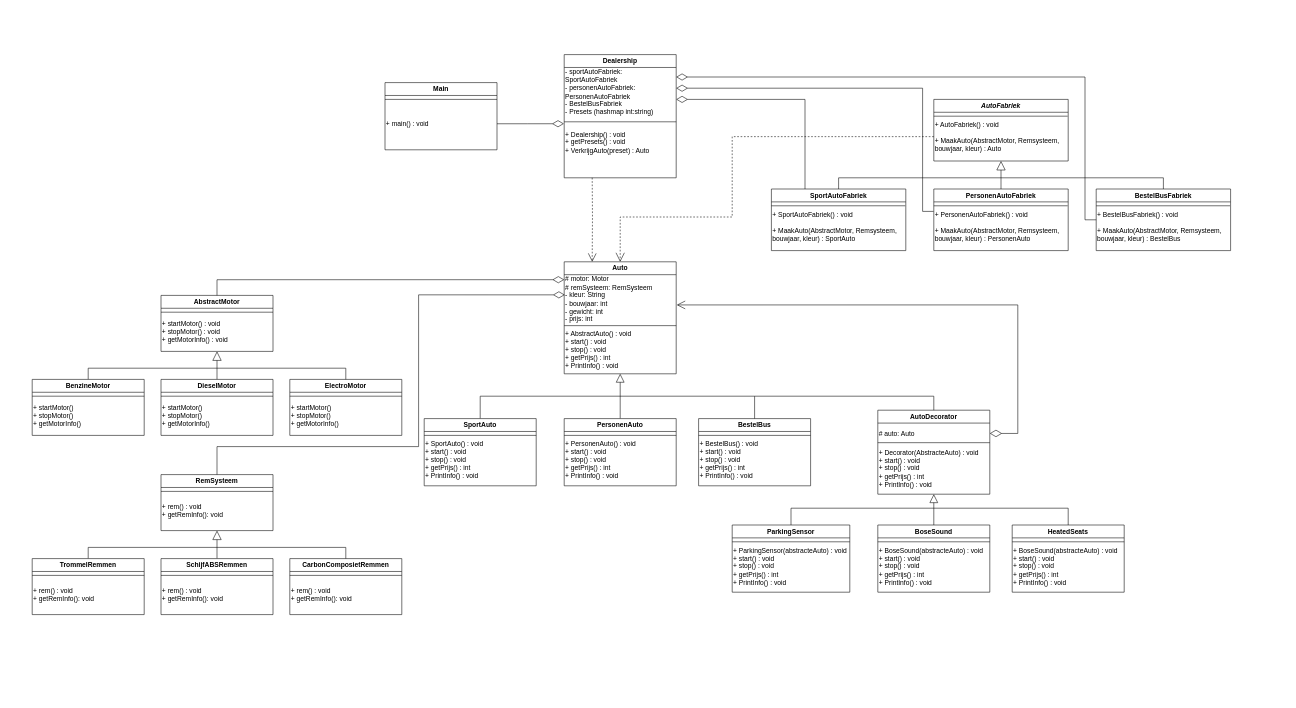
Elipam/Design-patterns keeps this draw.io diagram as final_uml.drawio. Above is the earlier version. Source tidied: cells renumbered, new cells numbered last; positions are measured from the earlier drawing's top-left corner, leaving out a move shared by most shapes. Both pictures are drawn from the tidied source at 56%, with x=0, y=0 at pixel (32, 54).
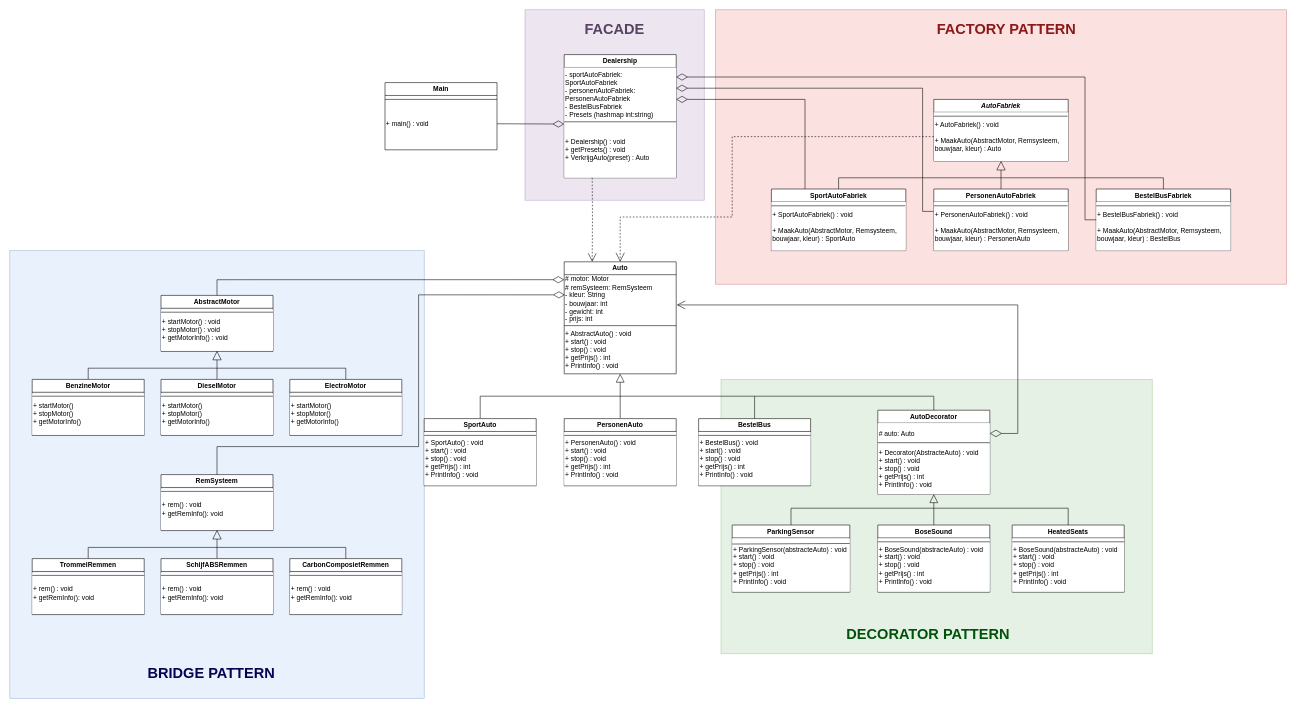
The same page after the edit.

Unchanged cells that the change refers to:
```xml
<mxCell id="10" value="SportAuto" style="swimlane;whiteSpace=wrap;html=1;" parent="1" vertex="1">
  <mxGeometry x="700" y="650" width="200" height="120" as="geometry" />
</mxCell>
<mxCell id="14" value="PersonenAuto" style="swimlane;whiteSpace=wrap;html=1;" parent="1" vertex="1">
  <mxGeometry x="950" y="650" width="200" height="120" as="geometry" />
</mxCell>
<mxCell id="17" value="AutoDecorator" style="swimlane;whiteSpace=wrap;html=1;" parent="1" vertex="1">
  <mxGeometry x="1510" y="635" width="200" height="150" as="geometry" />
</mxCell>
<mxCell id="23" value="BoseSound" style="swimlane;whiteSpace=wrap;html=1;" parent="1" vertex="1">
  <mxGeometry x="1510" y="840" width="200" height="120" as="geometry" />
</mxCell>
<mxCell id="30" value="ParkingSensor" style="swimlane;whiteSpace=wrap;html=1;" parent="1" vertex="1">
  <mxGeometry x="1250" y="840" width="210" height="120" as="geometry" />
</mxCell>
<mxCell id="34" value="AbstractMotor" style="swimlane;whiteSpace=wrap;html=1;" parent="1" vertex="1">
  <mxGeometry x="230" y="430" width="200" height="100" as="geometry" />
</mxCell>
<mxCell id="38" value="ElectroMotor" style="swimlane;whiteSpace=wrap;html=1;" parent="1" vertex="1">
  <mxGeometry x="460" y="580" width="200" height="100" as="geometry" />
</mxCell>
<mxCell id="42" value="DieselMotor" style="swimlane;whiteSpace=wrap;html=1;" parent="1" vertex="1">
  <mxGeometry x="230" y="580" width="200" height="100" as="geometry" />
</mxCell>
<mxCell id="46" value="BenzineMotor" style="swimlane;whiteSpace=wrap;html=1;" parent="1" vertex="1">
  <mxGeometry y="580" width="200" height="100" as="geometry" />
</mxCell>
<mxCell id="49" value="RemSysteem" style="swimlane;whiteSpace=wrap;html=1;" parent="1" vertex="1">
  <mxGeometry x="230" y="750" width="200" height="100" as="geometry" />
</mxCell>
<mxCell id="52" value="CarbonComposietRemmen" style="swimlane;whiteSpace=wrap;html=1;" parent="1" vertex="1">
  <mxGeometry x="460" y="900" width="200" height="100" as="geometry" />
</mxCell>
<mxCell id="56" value="SchijfABSRemmen" style="swimlane;whiteSpace=wrap;html=1;" parent="1" vertex="1">
  <mxGeometry x="230" y="900" width="200" height="100" as="geometry" />
</mxCell>
<mxCell id="60" value="TrommelRemmen" style="swimlane;whiteSpace=wrap;html=1;" parent="1" vertex="1">
  <mxGeometry y="900" width="200" height="100" as="geometry" />
</mxCell>
<mxCell id="64" value="&lt;i&gt;AutoFabriek&lt;/i&gt;" style="swimlane;whiteSpace=wrap;html=1;" parent="1" vertex="1">
  <mxGeometry x="1610" y="80" width="240" height="110" as="geometry" />
</mxCell>
<mxCell id="68" value="SportAutoFabriek" style="swimlane;whiteSpace=wrap;html=1;" parent="1" vertex="1">
  <mxGeometry x="1320" y="240" width="240" height="110" as="geometry" />
</mxCell>
<mxCell id="72" value="PersonenAutoFabriek" style="swimlane;whiteSpace=wrap;html=1;" parent="1" vertex="1">
  <mxGeometry x="1610" y="240" width="240" height="110" as="geometry" />
</mxCell>
<mxCell id="75" value="BestelBusFabriek" style="swimlane;whiteSpace=wrap;html=1;" parent="1" vertex="1">
  <mxGeometry x="1900" y="240" width="240" height="110" as="geometry" />
</mxCell>
<mxCell id="85" value="&lt;div&gt;+ main() : void&lt;/div&gt;" style="text;html=1;align=left;verticalAlign=middle;whiteSpace=wrap;rounded=0;" parent="84" vertex="1">
  <mxGeometry y="30" width="200" height="87" as="geometry" />
</mxCell>
```

Change to the diagram source:
```diff
@@
+    <mxCell id="91" style="rounded=0;whiteSpace=wrap;html=1;fillColor=#e1d5e7;strokeColor=#9673a6;opacity=60;" parent="1" vertex="1">
+      <mxGeometry x="880" y="-80" width="320" height="340" as="geometry" />
+    </mxCell>
+    <mxCell id="92" style="rounded=0;whiteSpace=wrap;html=1;fillColor=#dae8fc;strokeColor=#6c8ebf;opacity=60;" parent="1" vertex="1">
+      <mxGeometry x="-40" y="350" width="740" height="800" as="geometry" />
+    </mxCell>
+    <mxCell id="93" style="rounded=0;whiteSpace=wrap;html=1;fillColor=#d5e8d4;strokeColor=#82b366;opacity=60;" parent="1" vertex="1">
+      <mxGeometry x="1230" y="580" width="770" height="490" as="geometry" />
+    </mxCell>
+    <mxCell id="94" style="rounded=0;whiteSpace=wrap;html=1;fillColor=#f8cecc;strokeColor=#b85450;opacity=60;" parent="1" vertex="1">
+      <mxGeometry x="1220" y="-80" width="1020" height="490" as="geometry" />
+    </mxCell>
@@
-    <mxCell id="6" value="BestelBus" style="swimlane;whiteSpace=wrap;html=1;" parent="1" vertex="1">
+    <mxCell id="6" value="BestelBus" style="swimlane;whiteSpace=wrap;html=1;fillColor=default;" parent="1" vertex="1">
       <mxGeometry x="1190" y="650" width="200" height="120" as="geometry" />
     </mxCell>
-    <mxCell id="7" value="&lt;div&gt;+ BestelBus() : void&lt;/div&gt;+ start() : void&lt;div&gt;+ stop() : void&lt;/div&gt;&lt;div&gt;+ getPrijs() : int&lt;/div&gt;&lt;div&gt;+ PrintInfo() : void&lt;br&gt;&lt;/div&gt;" style="text;html=1;align=left;verticalAlign=middle;whiteSpace=wrap;rounded=0;" parent="6" vertex="1">
-      <mxGeometry y="30" width="200" height="87" as="geometry" />
+    <mxCell id="7" value="&lt;div&gt;+ BestelBus() : void&lt;/div&gt;+ start() : void&lt;div&gt;+ stop() : void&lt;/div&gt;&lt;div&gt;+ getPrijs() : int&lt;/div&gt;&lt;div&gt;+ PrintInfo() : void&lt;br&gt;&lt;/div&gt;" style="text;html=1;align=left;verticalAlign=middle;whiteSpace=wrap;rounded=0;fillColor=default;" parent="6" vertex="1">
+      <mxGeometry y="24" width="200" height="95" as="geometry" />
     </mxCell>
@@
-    <mxCell id="11" value="&lt;div&gt;+ SportAuto() : void&lt;/div&gt;+ start() : void&lt;div&gt;+ stop() : void&lt;/div&gt;&lt;div&gt;+ getPrijs() : int&lt;/div&gt;&lt;div&gt;+ PrintInfo() : void&lt;br&gt;&lt;/div&gt;" style="text;html=1;align=left;verticalAlign=middle;whiteSpace=wrap;rounded=0;" parent="10" vertex="1">
-      <mxGeometry y="30" width="200" height="87" as="geometry" />
+    <mxCell id="11" value="&lt;div&gt;+ SportAuto() : void&lt;/div&gt;+ start() : void&lt;div&gt;+ stop() : void&lt;/div&gt;&lt;div&gt;+ getPrijs() : int&lt;/div&gt;&lt;div&gt;+ PrintInfo() : void&lt;br&gt;&lt;/div&gt;" style="text;html=1;align=left;verticalAlign=middle;whiteSpace=wrap;rounded=0;fillColor=default;" parent="10" vertex="1">
+      <mxGeometry y="24" width="200" height="95" as="geometry" />
     </mxCell>
@@
-    <mxCell id="15" value="&lt;div&gt;+ PersonenAuto() : void&lt;/div&gt;+ start() : void&lt;div&gt;+ stop() : void&lt;/div&gt;&lt;div&gt;+ getPrijs() : int&lt;/div&gt;&lt;div&gt;+ PrintInfo() : void&lt;br&gt;&lt;/div&gt;" style="text;html=1;align=left;verticalAlign=middle;whiteSpace=wrap;rounded=0;" parent="14" vertex="1">
-      <mxGeometry y="30" width="200" height="87" as="geometry" />
+    <mxCell id="15" value="&lt;div&gt;+ PersonenAuto() : void&lt;/div&gt;+ start() : void&lt;div&gt;+ stop() : void&lt;/div&gt;&lt;div&gt;+ getPrijs() : int&lt;/div&gt;&lt;div&gt;+ PrintInfo() : void&lt;br&gt;&lt;/div&gt;" style="text;html=1;align=left;verticalAlign=middle;whiteSpace=wrap;rounded=0;fillColor=default;" parent="14" vertex="1">
+      <mxGeometry y="24" width="200" height="95" as="geometry" />
     </mxCell>
@@
-    <mxCell id="18" value="# auto: Auto" style="text;html=1;align=left;verticalAlign=middle;whiteSpace=wrap;rounded=0;" parent="17" vertex="1">
+    <mxCell id="18" value="# auto: Auto" style="text;html=1;align=left;verticalAlign=middle;whiteSpace=wrap;rounded=0;fillColor=default;" parent="17" vertex="1">
       <mxGeometry y="23" width="200" height="37" as="geometry" />
     </mxCell>
-    <mxCell id="19" value="&lt;div&gt;+ Decorator(AbstracteAuto) : void&lt;/div&gt;+ start() : void&lt;div&gt;+ stop() : void&lt;/div&gt;&lt;div&gt;+ getPrijs() : int&lt;/div&gt;&lt;div&gt;+ PrintInfo() : void&lt;br&gt;&lt;/div&gt;" style="text;html=1;align=left;verticalAlign=middle;whiteSpace=wrap;rounded=0;" parent="17" vertex="1">
-      <mxGeometry y="60" width="200" height="87" as="geometry" />
+    <mxCell id="19" value="&lt;div&gt;+ Decorator(AbstracteAuto) : void&lt;/div&gt;+ start() : void&lt;div&gt;+ stop() : void&lt;/div&gt;&lt;div&gt;+ getPrijs() : int&lt;/div&gt;&lt;div&gt;+ PrintInfo() : void&lt;br&gt;&lt;/div&gt;" style="text;html=1;align=left;verticalAlign=middle;whiteSpace=wrap;rounded=0;fillColor=default;" parent="17" vertex="1">
+      <mxGeometry y="60" width="200" height="90" as="geometry" />
     </mxCell>
@@
-    <mxCell id="24" value="&lt;div&gt;+ BoseSound(abstracteAuto) : void&lt;/div&gt;+ start() : void&lt;div&gt;+ stop() : void&lt;/div&gt;&lt;div&gt;+ getPrijs() : int&lt;/div&gt;&lt;div&gt;&lt;span style=&quot;background-color: initial;&quot;&gt;+ PrintInfo() : void&lt;/span&gt;&lt;br&gt;&lt;/div&gt;" style="text;html=1;align=left;verticalAlign=middle;whiteSpace=wrap;rounded=0;" parent="23" vertex="1">
-      <mxGeometry y="30" width="200" height="87" as="geometry" />
+    <mxCell id="24" value="&lt;div&gt;+ BoseSound(abstracteAuto) : void&lt;/div&gt;+ start() : void&lt;div&gt;+ stop() : void&lt;/div&gt;&lt;div&gt;+ getPrijs() : int&lt;/div&gt;&lt;div&gt;&lt;span style=&quot;background-color: initial;&quot;&gt;+ PrintInfo() : void&lt;/span&gt;&lt;br&gt;&lt;/div&gt;" style="text;html=1;align=left;verticalAlign=middle;whiteSpace=wrap;rounded=0;fillColor=default;" parent="23" vertex="1">
+      <mxGeometry y="24" width="200" height="95" as="geometry" />
     </mxCell>
@@
-    <mxCell id="26" value="HeatedSeats" style="swimlane;whiteSpace=wrap;html=1;" parent="1" vertex="1">
+    <mxCell id="26" value="HeatedSeats" style="swimlane;whiteSpace=wrap;html=1;fillColor=default;" parent="1" vertex="1">
       <mxGeometry x="1750" y="840" width="200" height="120" as="geometry" />
     </mxCell>
-    <mxCell id="27" value="&lt;div&gt;+ BoseSound(abstracteAuto) : void&lt;/div&gt;+ start() : void&lt;div&gt;+ stop() : void&lt;/div&gt;&lt;div&gt;+ getPrijs() : int&lt;/div&gt;&lt;div&gt;&lt;span style=&quot;background-color: initial;&quot;&gt;+ PrintInfo() : void&lt;/span&gt;&lt;br&gt;&lt;/div&gt;" style="text;html=1;align=left;verticalAlign=middle;whiteSpace=wrap;rounded=0;" parent="26" vertex="1">
-      <mxGeometry y="30" width="200" height="87" as="geometry" />
+    <mxCell id="27" value="&lt;div&gt;+ BoseSound(abstracteAuto) : void&lt;/div&gt;+ start() : void&lt;div&gt;+ stop() : void&lt;/div&gt;&lt;div&gt;+ getPrijs() : int&lt;/div&gt;&lt;div&gt;&lt;span style=&quot;background-color: initial;&quot;&gt;+ PrintInfo() : void&lt;/span&gt;&lt;br&gt;&lt;/div&gt;" style="text;html=1;align=left;verticalAlign=middle;whiteSpace=wrap;rounded=0;fillColor=default;imageWidth=31;" parent="26" vertex="1">
+      <mxGeometry y="24" width="200" height="95" as="geometry" />
     </mxCell>
@@
-    <mxCell id="31" value="&lt;div&gt;+ ParkingSensor(abstracteAuto) : void&lt;/div&gt;+ start() : void&lt;div&gt;+ stop() : void&lt;/div&gt;&lt;div&gt;+ getPrijs() : int&lt;/div&gt;&lt;div&gt;&lt;span style=&quot;background-color: initial;&quot;&gt;+ PrintInfo() : void&lt;/span&gt;&lt;br&gt;&lt;/div&gt;" style="text;html=1;align=left;verticalAlign=middle;whiteSpace=wrap;rounded=0;" parent="30" vertex="1">
-      <mxGeometry y="30" width="210" height="87" as="geometry" />
+    <mxCell id="31" value="&lt;div&gt;+ ParkingSensor(abstracteAuto) : void&lt;/div&gt;+ start() : void&lt;div&gt;+ stop() : void&lt;/div&gt;&lt;div&gt;+ getPrijs() : int&lt;/div&gt;&lt;div&gt;&lt;span style=&quot;background-color: initial;&quot;&gt;+ PrintInfo() : void&lt;/span&gt;&lt;br&gt;&lt;/div&gt;" style="text;html=1;align=left;verticalAlign=middle;whiteSpace=wrap;rounded=0;fillColor=default;" parent="30" vertex="1">
+      <mxGeometry y="24" width="210" height="95" as="geometry" />
     </mxCell>
-    <mxCell id="32" style="endArrow=none;html=1;rounded=0;exitX=0;exitY=0.75;exitDx=0;exitDy=0;entryX=1;entryY=0;entryDx=0;entryDy=0;" parent="30" edge="1" target="31">
-      <mxGeometry relative="1" as="geometry">
-        <mxPoint y="30" as="sourcePoint" />
-      </mxGeometry>
-    </mxCell>
+    <mxCell id="95" style="endArrow=none;html=1;rounded=0;exitX=0;exitY=0.75;exitDx=0;exitDy=0;entryX=1;entryY=0;entryDx=0;entryDy=0;" parent="30" edge="1">
+      <mxGeometry relative="1" as="geometry">
+        <mxPoint y="34" as="sourcePoint" />
+        <mxPoint x="210" y="33" as="targetPoint" />
+      </mxGeometry>
+    </mxCell>
@@
-    <mxCell id="35" value="&lt;div&gt;+ startMotor() : void&lt;/div&gt;&lt;div&gt;+ stopMotor() : void&lt;/div&gt;&lt;div&gt;+ getMotorInfo() : void&lt;/div&gt;" style="text;html=1;align=left;verticalAlign=middle;whiteSpace=wrap;rounded=0;" parent="34" vertex="1">
-      <mxGeometry y="30" width="200" height="70" as="geometry" />
+    <mxCell id="35" value="&lt;div&gt;+ startMotor() : void&lt;/div&gt;&lt;div&gt;+ stopMotor() : void&lt;/div&gt;&lt;div&gt;+ getMotorInfo() : void&lt;/div&gt;" style="text;html=1;align=left;verticalAlign=middle;whiteSpace=wrap;rounded=0;fillColor=default;" parent="34" vertex="1">
+      <mxGeometry y="25" width="200" height="74" as="geometry" />
     </mxCell>
@@
-    <mxCell id="39" value="&lt;div&gt;+ startMotor()&lt;/div&gt;&lt;div&gt;+ stopMotor()&lt;/div&gt;&lt;div&gt;+ getMotorInfo()&lt;/div&gt;" style="text;html=1;align=left;verticalAlign=middle;whiteSpace=wrap;rounded=0;" parent="38" vertex="1">
-      <mxGeometry y="30" width="200" height="70" as="geometry" />
+    <mxCell id="39" value="&lt;div&gt;+ startMotor()&lt;/div&gt;&lt;div&gt;+ stopMotor()&lt;/div&gt;&lt;div&gt;+ getMotorInfo()&lt;/div&gt;" style="text;html=1;align=left;verticalAlign=middle;whiteSpace=wrap;rounded=0;fillColor=default;" parent="38" vertex="1">
+      <mxGeometry y="25" width="200" height="74" as="geometry" />
     </mxCell>
@@
-    <mxCell id="43" value="&lt;div&gt;+ startMotor()&lt;/div&gt;&lt;div&gt;+ stopMotor()&lt;/div&gt;&lt;div&gt;+ getMotorInfo()&lt;/div&gt;" style="text;html=1;align=left;verticalAlign=middle;whiteSpace=wrap;rounded=0;" parent="42" vertex="1">
-      <mxGeometry y="30" width="200" height="70" as="geometry" />
+    <mxCell id="43" value="&lt;div&gt;+ startMotor()&lt;/div&gt;&lt;div&gt;+ stopMotor()&lt;/div&gt;&lt;div&gt;+ getMotorInfo()&lt;/div&gt;" style="text;html=1;align=left;verticalAlign=middle;whiteSpace=wrap;rounded=0;fillColor=default;" parent="42" vertex="1">
+      <mxGeometry y="25" width="200" height="74" as="geometry" />
     </mxCell>
@@
-    <mxCell id="47" value="&lt;div&gt;+ startMotor()&lt;/div&gt;&lt;div&gt;+ stopMotor()&lt;/div&gt;&lt;div&gt;+ getMotorInfo()&lt;/div&gt;" style="text;html=1;align=left;verticalAlign=middle;whiteSpace=wrap;rounded=0;" parent="46" vertex="1">
-      <mxGeometry y="30" width="200" height="70" as="geometry" />
+    <mxCell id="47" value="&lt;div&gt;+ startMotor()&lt;/div&gt;&lt;div&gt;+ stopMotor()&lt;/div&gt;&lt;div&gt;+ getMotorInfo()&lt;/div&gt;" style="text;html=1;align=left;verticalAlign=middle;whiteSpace=wrap;rounded=0;fillColor=default;" parent="46" vertex="1">
+      <mxGeometry y="25" width="200" height="74" as="geometry" />
     </mxCell>
@@
-    <mxCell id="50" value="&lt;div&gt;+ rem() : void&lt;/div&gt;&lt;div&gt;+ getRemInfo(): void&lt;/div&gt;" style="text;html=1;align=left;verticalAlign=middle;whiteSpace=wrap;rounded=0;" parent="49" vertex="1">
-      <mxGeometry y="30" width="200" height="70" as="geometry" />
+    <mxCell id="50" value="&lt;div&gt;+ rem() : void&lt;/div&gt;&lt;div&gt;+ getRemInfo(): void&lt;/div&gt;" style="text;html=1;align=left;verticalAlign=middle;whiteSpace=wrap;rounded=0;fillColor=default;" parent="49" vertex="1">
+      <mxGeometry y="25" width="200" height="74" as="geometry" />
     </mxCell>
@@
+    <mxCell id="54" value="&lt;div&gt;+ rem() : void&lt;/div&gt;&lt;div&gt;+ getRemInfo(): void&lt;/div&gt;" style="text;html=1;align=left;verticalAlign=middle;whiteSpace=wrap;rounded=0;fillColor=default;" parent="52" vertex="1">
+      <mxGeometry y="25" width="200" height="74" as="geometry" />
+    </mxCell>
@@
-    <mxCell id="54" value="&lt;div&gt;+ rem() : void&lt;/div&gt;&lt;div&gt;+ getRemInfo(): void&lt;/div&gt;" style="text;html=1;align=left;verticalAlign=middle;whiteSpace=wrap;rounded=0;" parent="52" vertex="1">
-      <mxGeometry y="30" width="200" height="70" as="geometry" />
-    </mxCell>
@@
+    <mxCell id="58" value="&lt;div&gt;+ rem() : void&lt;/div&gt;&lt;div&gt;+ getRemInfo(): void&lt;/div&gt;" style="text;html=1;align=left;verticalAlign=middle;whiteSpace=wrap;rounded=0;fillColor=default;" parent="56" vertex="1">
+      <mxGeometry y="25" width="200" height="74" as="geometry" />
+    </mxCell>
@@
-    <mxCell id="58" value="&lt;div&gt;+ rem() : void&lt;/div&gt;&lt;div&gt;+ getRemInfo(): void&lt;/div&gt;" style="text;html=1;align=left;verticalAlign=middle;whiteSpace=wrap;rounded=0;" parent="56" vertex="1">
-      <mxGeometry y="30" width="200" height="70" as="geometry" />
-    </mxCell>
@@
+    <mxCell id="62" value="&lt;div&gt;+ rem() : void&lt;/div&gt;&lt;div&gt;+ getRemInfo(): void&lt;/div&gt;" style="text;html=1;align=left;verticalAlign=middle;whiteSpace=wrap;rounded=0;fillColor=default;" parent="60" vertex="1">
+      <mxGeometry y="25" width="200" height="74" as="geometry" />
+    </mxCell>
@@
-    <mxCell id="62" value="&lt;div&gt;+ rem() : void&lt;/div&gt;&lt;div&gt;+ getRemInfo(): void&lt;/div&gt;" style="text;html=1;align=left;verticalAlign=middle;whiteSpace=wrap;rounded=0;" parent="60" vertex="1">
-      <mxGeometry y="30" width="200" height="70" as="geometry" />
-    </mxCell>
@@
-    <mxCell id="65" value="&lt;div&gt;+ AutoFabriek() : void&lt;/div&gt;&lt;div&gt;&lt;br&gt;&lt;/div&gt;&lt;div&gt;+ MaakAuto(AbstractMotor, Remsysteem, bouwjaar, kleur) : Auto&lt;/div&gt;" style="text;html=1;align=left;verticalAlign=middle;whiteSpace=wrap;rounded=0;" parent="64" vertex="1">
+    <mxCell id="65" value="&lt;div&gt;+ AutoFabriek() : void&lt;/div&gt;&lt;div&gt;&lt;br&gt;&lt;/div&gt;&lt;div&gt;+ MaakAuto(AbstractMotor, Remsysteem, bouwjaar, kleur) : Auto&lt;/div&gt;" style="text;html=1;align=left;verticalAlign=middle;whiteSpace=wrap;rounded=0;fillColor=default;" parent="64" vertex="1">
       <mxGeometry y="23" width="240" height="87" as="geometry" />
     </mxCell>
@@
-    <mxCell id="69" value="&lt;div&gt;+ SportAutoFabriek() : void&lt;/div&gt;&lt;div&gt;&lt;br&gt;&lt;/div&gt;&lt;div&gt;+ MaakAuto(AbstractMotor, Remsysteem, bouwjaar, kleur) : SportAuto&lt;/div&gt;" style="text;html=1;align=left;verticalAlign=middle;whiteSpace=wrap;rounded=0;" parent="68" vertex="1">
+    <mxCell id="69" value="&lt;div&gt;+ SportAutoFabriek() : void&lt;/div&gt;&lt;div&gt;&lt;br&gt;&lt;/div&gt;&lt;div&gt;+ MaakAuto(AbstractMotor, Remsysteem, bouwjaar, kleur) : SportAuto&lt;/div&gt;" style="text;html=1;align=left;verticalAlign=middle;whiteSpace=wrap;rounded=0;fillColor=default;" parent="68" vertex="1">
       <mxGeometry y="23" width="240" height="87" as="geometry" />
     </mxCell>
@@
-    <mxCell id="73" value="&lt;div&gt;+ PersonenAutoFabriek() : void&lt;/div&gt;&lt;div&gt;&lt;br&gt;&lt;/div&gt;&lt;div&gt;+ MaakAuto(AbstractMotor, Remsysteem, bouwjaar, kleur) : PersonenAuto&lt;/div&gt;" style="text;html=1;align=left;verticalAlign=middle;whiteSpace=wrap;rounded=0;" parent="72" vertex="1">
+    <mxCell id="73" value="&lt;div&gt;+ PersonenAutoFabriek() : void&lt;/div&gt;&lt;div&gt;&lt;br&gt;&lt;/div&gt;&lt;div&gt;+ MaakAuto(AbstractMotor, Remsysteem, bouwjaar, kleur) : PersonenAuto&lt;/div&gt;" style="text;html=1;align=left;verticalAlign=middle;whiteSpace=wrap;rounded=0;fillColor=default;" parent="72" vertex="1">
       <mxGeometry y="23" width="240" height="87" as="geometry" />
     </mxCell>
@@
-    <mxCell id="76" value="&lt;div&gt;+ BestelBusFabriek() : void&lt;/div&gt;&lt;div&gt;&lt;br&gt;&lt;/div&gt;&lt;div&gt;+ MaakAuto(AbstractMotor, Remsysteem, bouwjaar, kleur) : BestelBus&lt;/div&gt;" style="text;html=1;align=left;verticalAlign=middle;whiteSpace=wrap;rounded=0;" parent="75" vertex="1">
+    <mxCell id="76" value="&lt;div&gt;+ BestelBusFabriek() : void&lt;/div&gt;&lt;div&gt;&lt;br&gt;&lt;/div&gt;&lt;div&gt;+ MaakAuto(AbstractMotor, Remsysteem, bouwjaar, kleur) : BestelBus&lt;/div&gt;" style="text;html=1;align=left;verticalAlign=middle;whiteSpace=wrap;rounded=0;fillColor=default;" parent="75" vertex="1">
       <mxGeometry y="23" width="240" height="87" as="geometry" />
     </mxCell>
@@
-    <mxCell id="79" value="Dealership" style="swimlane;whiteSpace=wrap;html=1;" parent="1" vertex="1">
+    <mxCell id="79" value="Dealership" style="swimlane;whiteSpace=wrap;html=1;fillColor=default;" parent="1" vertex="1">
       <mxGeometry x="950" width="200" height="220" as="geometry" />
     </mxCell>
-    <mxCell id="80" value="- sportAutoFabriek: SportAutoFabriek&lt;div&gt;- personenAutoFabriek: PersonenAutoFabriek&lt;/div&gt;&lt;div&gt;- BestelBusFabriek&lt;/div&gt;&lt;div&gt;- Presets (hashmap int:string)&lt;/div&gt;" style="text;html=1;align=left;verticalAlign=middle;whiteSpace=wrap;rounded=0;" parent="79" vertex="1">
-      <mxGeometry y="23" width="200" height="87" as="geometry" />
+    <mxCell id="80" value="- sportAutoFabriek: SportAutoFabriek&lt;div&gt;- personenAutoFabriek: PersonenAutoFabriek&lt;/div&gt;&lt;div&gt;- BestelBusFabriek&lt;/div&gt;&lt;div&gt;- Presets (hashmap int:string)&lt;/div&gt;" style="text;html=1;align=left;verticalAlign=middle;whiteSpace=wrap;rounded=0;fillColor=default;" parent="79" vertex="1">
+      <mxGeometry y="23" width="200" height="97" as="geometry" />
     </mxCell>
-    <mxCell id="81" value="&lt;div&gt;+ Dealership() : void&lt;/div&gt;&lt;div&gt;+ getPresets() : void&lt;/div&gt;&lt;div&gt;+ VerkrijgAuto(preset) : Auto&amp;nbsp;&lt;/div&gt;" style="text;html=1;align=left;verticalAlign=middle;whiteSpace=wrap;rounded=0;" parent="79" vertex="1">
-      <mxGeometry y="113" width="200" height="87" as="geometry" />
+    <mxCell id="81" value="&lt;div&gt;+ Dealership() : void&lt;/div&gt;&lt;div&gt;+ getPresets() : void&lt;/div&gt;&lt;div&gt;+ VerkrijgAuto(preset) : Auto&amp;nbsp;&lt;/div&gt;" style="text;html=1;align=left;verticalAlign=middle;whiteSpace=wrap;rounded=0;fillColor=default;" parent="79" vertex="1">
+      <mxGeometry y="120" width="200" height="100" as="geometry" />
     </mxCell>
@@
-    <mxCell id="88" style="edgeStyle=orthogonalEdgeStyle;rounded=0;jettySize=auto;html=1;exitX=1;exitY=0.5;exitDx=0;exitDy=0;entryX=-0.003;entryY=0.12;entryDx=0;entryDy=0;entryPerimeter=0;endArrow=diamondThin;endFill=0;endSize=18;" parent="1" edge="1" source="85" target="81">
-      <mxGeometry relative="1" as="geometry" />
-    </mxCell>
@@
+    <mxCell id="96" value="&lt;b&gt;&lt;font style=&quot;font-size: 26px;&quot;&gt;FACTORY PATTERN&lt;/font&gt;&lt;/b&gt;" style="text;html=1;align=center;verticalAlign=middle;whiteSpace=wrap;rounded=0;fontColor=#8C1818;" parent="1" vertex="1">
+      <mxGeometry x="1580" y="-60" width="320" height="30" as="geometry" />
+    </mxCell>
+    <mxCell id="97" value="&lt;span style=&quot;font-size: 26px;&quot;&gt;&lt;b&gt;&lt;font color=&quot;#00520b&quot;&gt;DECORATOR PATTERN&lt;/font&gt;&lt;/b&gt;&lt;/span&gt;" style="text;html=1;align=center;verticalAlign=middle;whiteSpace=wrap;rounded=0;fontColor=#8C1818;" parent="1" vertex="1">
+      <mxGeometry x="1440" y="1020" width="320" height="30" as="geometry" />
+    </mxCell>
+    <mxCell id="98" value="&lt;span style=&quot;font-size: 26px;&quot;&gt;&lt;b&gt;&lt;font color=&quot;#080052&quot;&gt;BRIDGE PATTERN&lt;/font&gt;&lt;/b&gt;&lt;/span&gt;" style="text;html=1;align=center;verticalAlign=middle;whiteSpace=wrap;rounded=0;fontColor=#8C1818;" parent="1" vertex="1">
+      <mxGeometry x="160" y="1090" width="320" height="30" as="geometry" />
+    </mxCell>
+    <mxCell id="99" style="endArrow=diamondThin;html=1;rounded=0;exitX=1;exitY=0.5;exitDx=0;exitDy=0;endFill=0;endSize=18;" parent="1" edge="1" source="85">
+      <mxGeometry relative="1" as="geometry">
+        <mxPoint x="950" y="124" as="targetPoint" />
+      </mxGeometry>
+    </mxCell>
+    <mxCell id="100" value="&lt;span style=&quot;font-size: 26px;&quot;&gt;&lt;b&gt;&lt;font color=&quot;#574361&quot;&gt;FACADE&lt;/font&gt;&lt;/b&gt;&lt;/span&gt;" style="text;html=1;align=center;verticalAlign=middle;whiteSpace=wrap;rounded=0;fontColor=#8C1818;" parent="1" vertex="1">
+      <mxGeometry x="880" y="-60" width="320" height="30" as="geometry" />
+    </mxCell>
```
